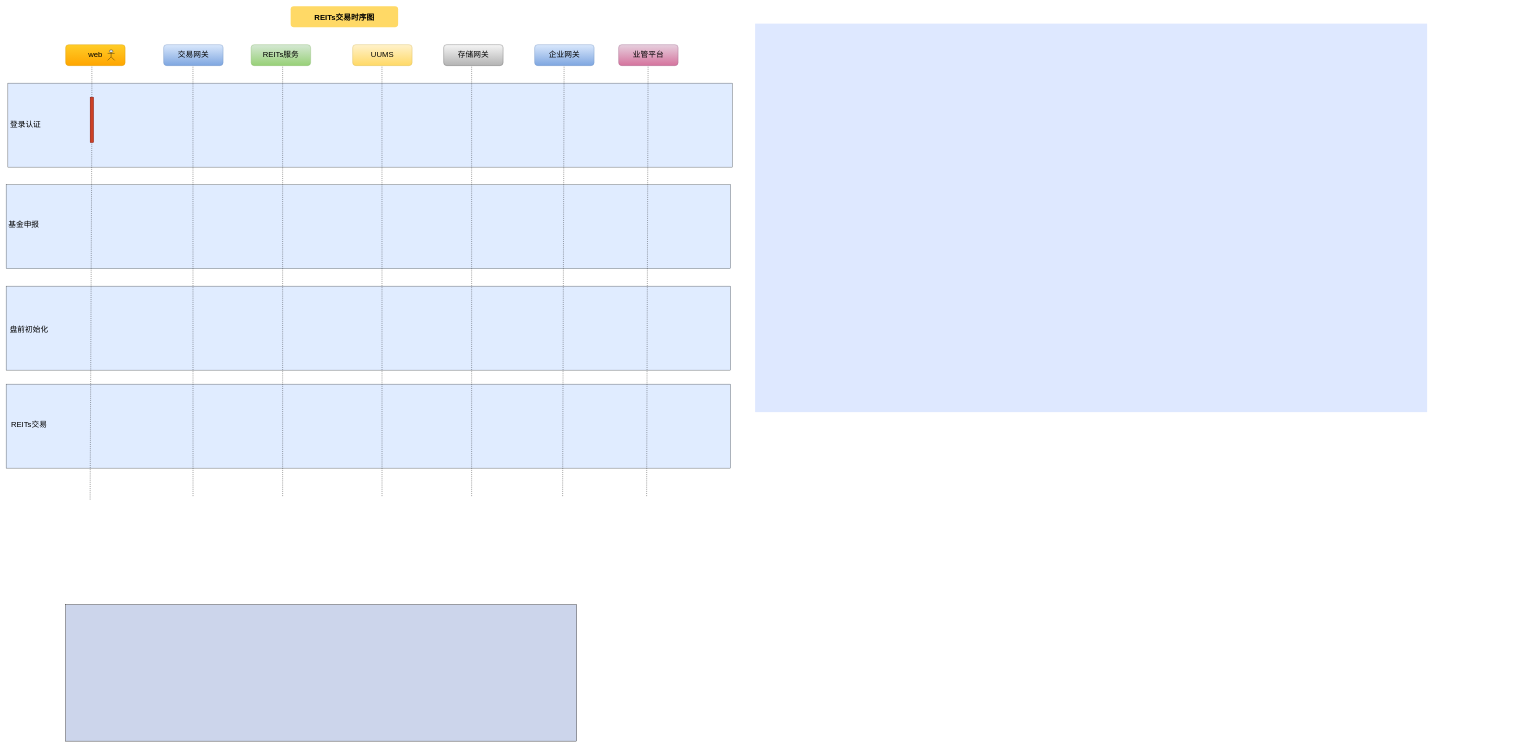
Above: page "第 2 页" (2 of 2) of 未命名绘图.drawio in lppgo/001UML (draw.io), before the change. Source tidied: cells renumbered, new cells numbered last; positions are measured from the earlier drawing's top-left corner, leaving out a move shared by most shapes. Both pictures are drawn from the tidied source at 35%, with x=0, y=0 at pixel (6, 6).
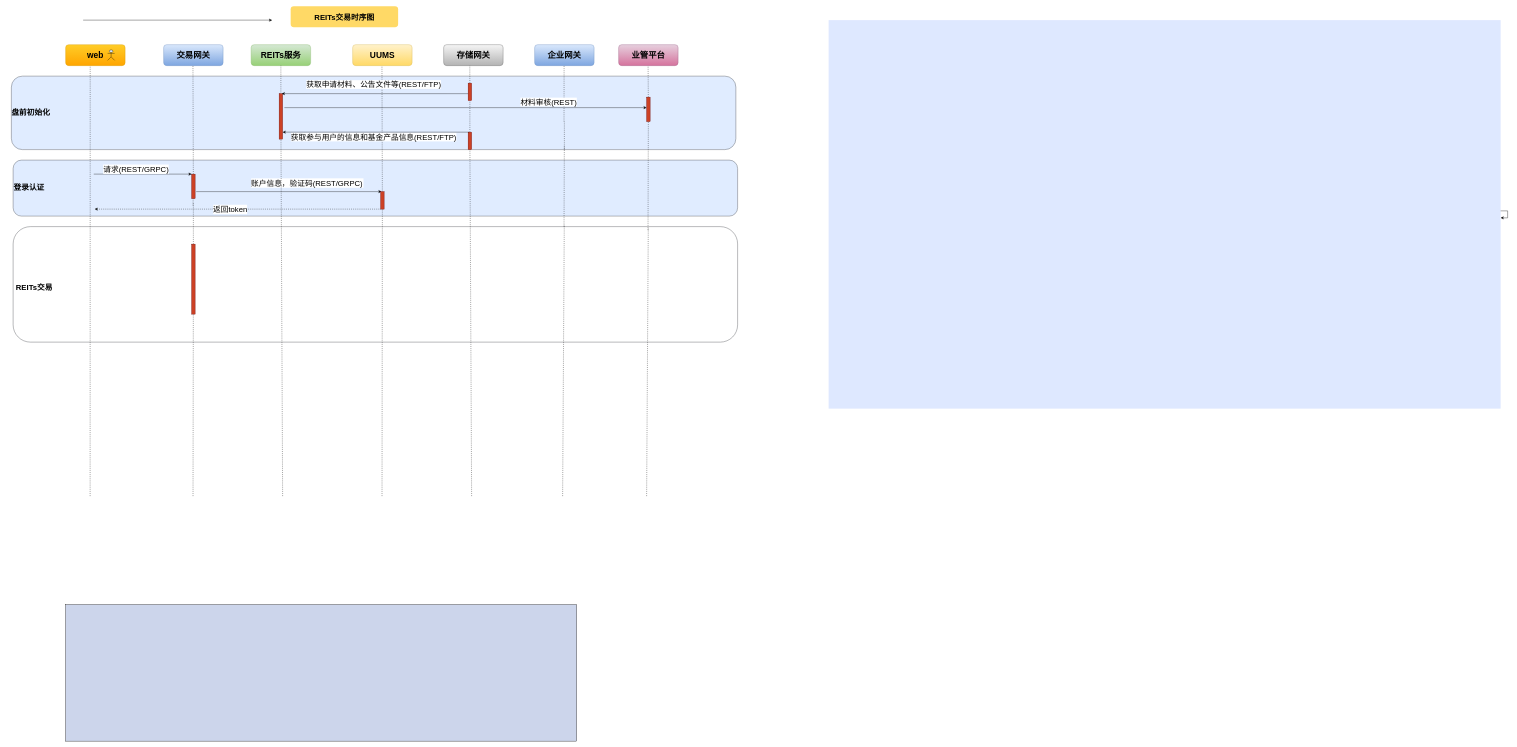
After the change.

Commit message:
更新未命名绘图.drawio

Diff of the diagram source:
```diff
@@
-    <mxCell id="2" style="rounded=0;whiteSpace=wrap;html=1;fontSize=22;strokeColor=#36393d;fillColor=#E0ECFF;" parent="1" vertex="1">
-      <mxGeometry y="1080" width="2070" height="240" as="geometry" />
+    <mxCell id="2" style="rounded=1;whiteSpace=wrap;html=1;fontSize=22;strokeColor=#36393d;fillColor=none;" parent="1" vertex="1">
+      <mxGeometry x="20" y="630" width="2070" height="330" as="geometry" />
     </mxCell>
-    <mxCell id="3" style="rounded=0;whiteSpace=wrap;html=1;fontSize=22;strokeColor=#36393d;fillColor=#E0ECFF;" parent="1" vertex="1">
-      <mxGeometry y="800" width="2070" height="240" as="geometry" />
-    </mxCell>
+    <mxCell id="6" style="fillColor=#DEE8FF;strokeColor=none;" parent="1" vertex="1">
+      <mxGeometry x="2350" y="40" width="1920" height="1110" as="geometry" />
+    </mxCell>
-    <mxCell id="4" style="rounded=0;whiteSpace=wrap;html=1;fontSize=22;strokeColor=#36393d;fillColor=#E0ECFF;" parent="1" vertex="1">
-      <mxGeometry y="510" width="2070" height="240" as="geometry" />
+    <mxCell id="4" style="rounded=1;whiteSpace=wrap;html=1;fontSize=22;strokeColor=#36393d;fillColor=#E0ECFF;" parent="1" vertex="1">
+      <mxGeometry x="15" y="200" width="2070" height="210" as="geometry" />
     </mxCell>
-    <mxCell id="5" style="rounded=0;whiteSpace=wrap;html=1;fontSize=22;strokeColor=#36393d;fillColor=#E0ECFF;" parent="1" vertex="1">
-      <mxGeometry x="5" y="220" width="2070" height="240" as="geometry" />
+    <mxCell id="5" style="rounded=1;whiteSpace=wrap;html=1;fontSize=22;strokeColor=#36393d;fillColor=#E0ECFF;" parent="1" vertex="1">
+      <mxGeometry x="20" y="440" width="2070" height="160" as="geometry" />
     </mxCell>
-    <mxCell id="6" style="fillColor=#DEE8FF;strokeColor=none;" parent="1" vertex="1">
-      <mxGeometry x="2140" y="50" width="1920" height="1110" as="geometry" />
-    </mxCell>
@@
-    <mxCell id="9" value="web" style="rounded=1;whiteSpace=wrap;html=1;fillColor=#ffcd28;fontSize=22;gradientColor=#ffa500;strokeColor=#d79b00;" parent="1" vertex="1">
+    <mxCell id="9" value="&lt;font style=&quot;font-size: 24px&quot;&gt;&lt;b&gt;web&lt;/b&gt;&lt;/font&gt;" style="rounded=1;whiteSpace=wrap;html=1;fillColor=#ffcd28;fontSize=22;gradientColor=#ffa500;strokeColor=#d79b00;" parent="1" vertex="1">
       <mxGeometry x="170" y="110" width="170" height="60" as="geometry" />
     </mxCell>
-    <mxCell id="10" value="交易网关" style="rounded=1;whiteSpace=wrap;html=1;fillColor=#dae8fc;fontSize=22;gradientColor=#7ea6e0;strokeColor=#6c8ebf;" parent="1" vertex="1">
+    <mxCell id="10" value="&lt;font style=&quot;font-size: 24px&quot;&gt;&lt;b&gt;交易网关&lt;/b&gt;&lt;/font&gt;" style="rounded=1;whiteSpace=wrap;html=1;fillColor=#dae8fc;fontSize=22;gradientColor=#7ea6e0;strokeColor=#6c8ebf;" parent="1" vertex="1">
       <mxGeometry x="450" y="110" width="170" height="60" as="geometry" />
     </mxCell>
-    <mxCell id="11" value="REITs服务" style="rounded=1;whiteSpace=wrap;html=1;fillColor=#d5e8d4;fontSize=22;gradientColor=#97d077;strokeColor=#82b366;" parent="1" vertex="1">
+    <mxCell id="11" value="&lt;b&gt;&lt;font style=&quot;font-size: 24px&quot;&gt;REITs服务&lt;/font&gt;&lt;/b&gt;" style="rounded=1;whiteSpace=wrap;html=1;fillColor=#d5e8d4;fontSize=22;gradientColor=#97d077;strokeColor=#82b366;" parent="1" vertex="1">
       <mxGeometry x="700" y="110" width="170" height="60" as="geometry" />
     </mxCell>
-    <mxCell id="12" value="UUMS" style="rounded=1;whiteSpace=wrap;html=1;fillColor=#fff2cc;fontSize=22;gradientColor=#ffd966;strokeColor=#d6b656;" parent="1" vertex="1">
+    <mxCell id="12" value="&lt;b&gt;&lt;font style=&quot;font-size: 24px&quot;&gt;UUMS&lt;/font&gt;&lt;/b&gt;" style="rounded=1;whiteSpace=wrap;html=1;fillColor=#fff2cc;fontSize=22;gradientColor=#ffd966;strokeColor=#d6b656;" parent="1" vertex="1">
       <mxGeometry x="990" y="110" width="170" height="60" as="geometry" />
     </mxCell>
-    <mxCell id="13" value="存储网关" style="rounded=1;whiteSpace=wrap;html=1;fillColor=#f5f5f5;fontSize=22;gradientColor=#b3b3b3;strokeColor=#666666;" parent="1" vertex="1">
+    <mxCell id="13" value="&lt;font style=&quot;font-size: 24px&quot;&gt;&lt;b&gt;存储网关&lt;/b&gt;&lt;/font&gt;" style="rounded=1;whiteSpace=wrap;html=1;fillColor=#f5f5f5;fontSize=22;gradientColor=#b3b3b3;strokeColor=#666666;" parent="1" vertex="1">
       <mxGeometry x="1250" y="110" width="170" height="60" as="geometry" />
     </mxCell>
-    <mxCell id="14" value="企业网关" style="rounded=1;whiteSpace=wrap;html=1;fillColor=#dae8fc;fontSize=22;gradientColor=#7ea6e0;strokeColor=#6c8ebf;" parent="1" vertex="1">
+    <mxCell id="14" value="&lt;b&gt;&lt;font style=&quot;font-size: 24px&quot;&gt;企业网关&lt;/font&gt;&lt;/b&gt;" style="rounded=1;whiteSpace=wrap;html=1;fillColor=#dae8fc;fontSize=22;gradientColor=#7ea6e0;strokeColor=#6c8ebf;" parent="1" vertex="1">
       <mxGeometry x="1510" y="110" width="170" height="60" as="geometry" />
     </mxCell>
-    <mxCell id="15" value="业管平台" style="rounded=1;whiteSpace=wrap;html=1;fillColor=#e6d0de;fontSize=22;gradientColor=#d5739d;strokeColor=#996185;" parent="1" vertex="1">
+    <mxCell id="15" value="&lt;b&gt;&lt;font style=&quot;font-size: 24px&quot;&gt;业管平台&lt;/font&gt;&lt;/b&gt;" style="rounded=1;whiteSpace=wrap;html=1;fillColor=#e6d0de;fontSize=22;gradientColor=#d5739d;strokeColor=#996185;" parent="1" vertex="1">
       <mxGeometry x="1750" y="110" width="170" height="60" as="geometry" />
     </mxCell>
-    <mxCell id="16" style="endArrow=none;dashed=1;html=1;fontSize=22;entryX=0.441;entryY=0.999;entryDx=0;entryDy=0;entryPerimeter=0;" parent="1" edge="1" source="27" target="9">
-      <mxGeometry relative="1" as="geometry" />
+    <mxCell id="16" style="endArrow=none;dashed=1;html=1;fontSize=22;entryX=0.413;entryY=1.009;entryDx=0;entryDy=0;entryPerimeter=0;" parent="1" edge="1" target="9">
+      <mxGeometry relative="1" as="geometry">
+        <mxPoint x="240" y="1400" as="sourcePoint" />
+      </mxGeometry>
     </mxCell>
-    <mxCell id="17" style="endArrow=none;dashed=1;html=1;fontSize=22;" parent="1" edge="1">
-      <mxGeometry relative="1" as="geometry">
-        <mxPoint x="1330" y="1400" as="sourcePoint" />
-        <mxPoint x="1330" y="170" as="targetPoint" />
-      </mxGeometry>
+    <mxCell id="17" style="endArrow=none;dashed=1;html=1;fontSize=22;entryX=0.44;entryY=1.009;entryDx=0;entryDy=0;entryPerimeter=0;" parent="1" edge="1" source="38" target="13">
+      <mxGeometry relative="1" as="geometry" />
     </mxCell>
-    <mxCell id="18" style="endArrow=none;dashed=1;html=1;fontSize=22;" parent="1" edge="1">
+    <mxCell id="18" style="endArrow=none;dashed=1;html=1;fontSize=22;" parent="1" edge="1" source="32">
       <mxGeometry relative="1" as="geometry">
-        <mxPoint x="1074" y="1400" as="sourcePoint" />
         <mxPoint x="1073.8" y="170" as="targetPoint" />
       </mxGeometry>
     </mxCell>
-    <mxCell id="19" style="endArrow=none;dashed=1;html=1;fontSize=22;" parent="1" edge="1">
-      <mxGeometry relative="1" as="geometry">
-        <mxPoint x="790" y="1400" as="sourcePoint" />
-        <mxPoint x="790" y="170" as="targetPoint" />
-      </mxGeometry>
+    <mxCell id="19" style="endArrow=none;dashed=1;html=1;fontSize=22;entryX=0.5;entryY=1;entryDx=0;entryDy=0;" parent="1" edge="1" source="40" target="11">
+      <mxGeometry relative="1" as="geometry" />
     </mxCell>
-    <mxCell id="20" style="endArrow=none;dashed=1;html=1;fontSize=22;" parent="1" edge="1">
+    <mxCell id="20" style="endArrow=none;dashed=1;html=1;fontSize=22;" parent="1" edge="1" source="56">
       <mxGeometry relative="1" as="geometry">
-        <mxPoint x="534" y="1400" as="sourcePoint" />
         <mxPoint x="533.8" y="170" as="targetPoint" />
       </mxGeometry>
     </mxCell>
     <mxCell id="21" style="endArrow=none;dashed=1;html=1;fontSize=22;" parent="1" edge="1">
       <mxGeometry relative="1" as="geometry">
-        <mxPoint x="1590" y="1400" as="sourcePoint" />
+        <mxPoint x="1594" y="330" as="sourcePoint" />
         <mxPoint x="1594.2" y="170" as="targetPoint" />
       </mxGeometry>
     </mxCell>
-    <mxCell id="22" style="endArrow=none;dashed=1;html=1;fontSize=22;" parent="1" edge="1">
+    <mxCell id="22" style="endArrow=none;dashed=1;html=1;fontSize=22;" parent="1" edge="1" source="49">
       <mxGeometry relative="1" as="geometry">
-        <mxPoint x="1830" y="1400" as="sourcePoint" />
         <mxPoint x="1834.2" y="170" as="targetPoint" />
       </mxGeometry>
     </mxCell>
-    <mxCell id="23" value="登录认证" style="text;html=1;align=center;verticalAlign=middle;fillColor=none;strokeColor=none;rounded=0;fontSize=22;" parent="1" vertex="1">
-      <mxGeometry x="5" y="325" width="100" height="30" as="geometry" />
+    <mxCell id="23" value="&lt;b&gt;登录认证&lt;/b&gt;" style="text;html=1;align=center;verticalAlign=middle;fillColor=none;strokeColor=none;rounded=0;fontSize=22;" parent="1" vertex="1">
+      <mxGeometry x="15" y="505" width="100" height="30" as="geometry" />
     </mxCell>
-    <mxCell id="24" value="基金申报" style="text;html=1;align=center;verticalAlign=middle;fillColor=none;strokeColor=none;rounded=0;fontSize=22;" parent="1" vertex="1">
-      <mxGeometry y="610" width="100" height="30" as="geometry" />
-    </mxCell>
-    <mxCell id="25" value="REITs交易" style="text;html=1;align=center;verticalAlign=middle;fillColor=none;strokeColor=none;rounded=0;fontSize=22;" parent="1" vertex="1">
-      <mxGeometry x="5" y="1180" width="120" height="30" as="geometry" />
+    <mxCell id="25" value="&lt;b&gt;REITs交易&lt;/b&gt;" style="text;html=1;align=center;verticalAlign=middle;fillColor=none;strokeColor=none;rounded=0;fontSize=22;" parent="1" vertex="1">
+      <mxGeometry x="20" y="790" width="120" height="30" as="geometry" />
     </mxCell>
@@
-    <mxCell id="27" style="fillColor=#CC4125;strokeColor=#660000;" parent="1" vertex="1">
-      <mxGeometry x="240" y="260" width="10" height="130" as="geometry" />
-    </mxCell>
-    <mxCell id="28" style="endArrow=none;dashed=1;html=1;fontSize=22;" parent="1" edge="1" target="27">
+    <mxCell id="28" style="endArrow=none;dashed=1;html=1;fontSize=22;" parent="1" edge="1" target="5">
       <mxGeometry relative="1" as="geometry">
-        <mxPoint x="240" y="1410" as="sourcePoint" />
+        <mxPoint x="245" y="600" as="sourcePoint" />
       </mxGeometry>
     </mxCell>
+    <mxCell id="30" value="账户信息，验证码(REST/GRPC)" style="edgeStyle=none;verticalLabelPosition=top;verticalAlign=bottom;entryX=0.25;entryY=0;entryDx=0;entryDy=0;fontSize=22;" parent="1" edge="1" target="32">
+      <mxGeometry as="geometry">
+        <mxPoint x="543" y="530" as="sourcePoint" />
+        <mxPoint x="52" y="-10" as="offset" />
+      </mxGeometry>
+    </mxCell>
+    <mxCell id="31" style="endArrow=none;dashed=1;html=1;fontSize=22;" parent="1" edge="1" source="60">
+      <mxGeometry relative="1" as="geometry">
+        <mxPoint x="535" y="560" as="targetPoint" />
+      </mxGeometry>
+    </mxCell>
+    <mxCell id="32" style="fillColor=#CC4125;strokeColor=#660000;" parent="1" vertex="1">
+      <mxGeometry x="1070" y="530" width="10" height="50" as="geometry" />
+    </mxCell>
+    <mxCell id="33" style="endArrow=none;dashed=1;html=1;fontSize=22;" parent="1" edge="1" target="32">
+      <mxGeometry relative="1" as="geometry">
+        <mxPoint x="1074" y="1400" as="sourcePoint" />
+      </mxGeometry>
+    </mxCell>
+    <mxCell id="34" style="edgeStyle=none;verticalLabelPosition=top;verticalAlign=bottom;endArrow=none;startArrow=classic;dashed=1;entryX=0;entryY=1;entryDx=0;entryDy=0;" parent="1" edge="1" target="32">
+      <mxGeometry x="-832.5" y="-683.3" as="geometry">
+        <mxPoint x="253" y="580" as="sourcePoint" />
+      </mxGeometry>
+    </mxCell>
+    <mxCell id="35" value="&lt;font style=&quot;font-size: 22px&quot;&gt;返回token&lt;/font&gt;" style="edgeLabel;html=1;align=center;verticalAlign=middle;" parent="34" vertex="1">
+      <mxGeometry relative="1" as="geometry">
+        <mxPoint x="-23" as="offset" />
+      </mxGeometry>
+    </mxCell>
+    <mxCell id="36" style="endArrow=none;dashed=1;html=1;fontSize=22;" parent="1" edge="1">
+      <mxGeometry relative="1" as="geometry">
+        <mxPoint x="1590" y="1400" as="sourcePoint" />
+        <mxPoint x="1594.7" y="625" as="targetPoint" />
+      </mxGeometry>
+    </mxCell>
+    <mxCell id="37" style="endArrow=none;dashed=1;html=1;fontSize=22;" parent="1" edge="1">
+      <mxGeometry relative="1" as="geometry">
+        <mxPoint x="1830" y="1400" as="sourcePoint" />
+        <mxPoint x="1834.7" y="635" as="targetPoint" />
+      </mxGeometry>
+    </mxCell>
-    <mxCell id="29" value="盘前初始化" style="text;html=1;align=center;verticalAlign=middle;fillColor=none;strokeColor=none;rounded=0;fontSize=22;" parent="1" vertex="1">
-      <mxGeometry y="910" width="130" height="30" as="geometry" />
+    <mxCell id="29" value="&lt;b&gt;盘前初始化&lt;/b&gt;" style="text;html=1;align=center;verticalAlign=middle;fillColor=none;strokeColor=none;rounded=0;fontSize=22;" parent="1" vertex="1">
+      <mxGeometry x="5" y="290" width="130" height="30" as="geometry" />
     </mxCell>
+    <mxCell id="38" style="fillColor=#CC4125;strokeColor=#660000;" parent="1" vertex="1">
+      <mxGeometry x="1320" y="220" width="10" height="50" as="geometry" />
+    </mxCell>
+    <mxCell id="39" style="endArrow=none;dashed=1;html=1;fontSize=22;" parent="1" edge="1" source="52" target="38">
+      <mxGeometry relative="1" as="geometry" />
+    </mxCell>
+    <mxCell id="40" style="fillColor=#CC4125;strokeColor=#660000;" parent="1" vertex="1">
+      <mxGeometry x="780" y="250" width="10" height="130" as="geometry" />
+    </mxCell>
+    <mxCell id="41" style="endArrow=none;dashed=1;html=1;fontSize=22;" parent="1" edge="1" target="40">
+      <mxGeometry relative="1" as="geometry">
+        <mxPoint x="790" y="1400" as="sourcePoint" />
+      </mxGeometry>
+    </mxCell>
+    <mxCell id="42" style="endArrow=none;dashed=1;html=1;fontSize=22;" parent="1" edge="1">
+      <mxGeometry relative="1" as="geometry">
+        <mxPoint x="1594" y="630" as="sourcePoint" />
+        <mxPoint x="1594.9" y="400" as="targetPoint" />
+      </mxGeometry>
+    </mxCell>
+    <mxCell id="43" value="&lt;span style=&quot;background-color: rgb(255 , 255 , 255)&quot;&gt;获取参与用户的信息和基金产品信息&lt;/span&gt;&lt;span style=&quot;background-color: rgb(255 , 255 , 255)&quot;&gt;(REST/FTP)&lt;/span&gt;" style="text;html=1;align=center;verticalAlign=middle;fillColor=none;strokeColor=none;rounded=0;shadow=0;glass=0;sketch=0;fontSize=22;" parent="1" vertex="1">
+      <mxGeometry x="805" y="360" width="490" height="30" as="geometry" />
+    </mxCell>
+    <mxCell id="44" style="endArrow=none;dashed=1;html=1;fontSize=22;" parent="1" edge="1">
+      <mxGeometry relative="1" as="geometry">
+        <mxPoint x="1595" y="410" as="sourcePoint" />
+        <mxPoint x="1595" y="330" as="targetPoint" />
+      </mxGeometry>
+    </mxCell>
+    <mxCell id="45" style="endArrow=classic;html=1;fontSize=22;exitX=-0.023;exitY=0.602;exitDx=0;exitDy=0;entryX=0.75;entryY=0;entryDx=0;entryDy=0;exitPerimeter=0;" parent="1" edge="1" source="38" target="40">
+      <mxGeometry relative="1" as="geometry" />
+    </mxCell>
+    <mxCell id="46" value="&lt;span style=&quot;background-color: rgb(255 , 255 , 255)&quot;&gt;获取申请材料、公告文件等(REST/FTP)&lt;/span&gt;" style="text;html=1;align=center;verticalAlign=middle;fillColor=none;strokeColor=none;rounded=0;shadow=0;glass=0;sketch=0;fontSize=22;" parent="1" vertex="1">
+      <mxGeometry x="850" y="210" width="400" height="30" as="geometry" />
+    </mxCell>
+    <mxCell id="47" style="endArrow=classic;html=1;fontSize=22;" parent="1" edge="1">
+      <mxGeometry relative="1" as="geometry">
+        <mxPoint x="220" y="40" as="sourcePoint" />
+        <mxPoint x="760" y="40" as="targetPoint" />
+      </mxGeometry>
+    </mxCell>
+    <mxCell id="48" style="endArrow=classic;html=1;fontSize=22;entryX=0;entryY=0.429;entryDx=0;entryDy=0;entryPerimeter=0;" parent="1" edge="1" target="49">
+      <mxGeometry relative="1" as="geometry">
+        <mxPoint x="795" y="290" as="sourcePoint" />
+      </mxGeometry>
+    </mxCell>
+    <mxCell id="49" style="fillColor=#CC4125;strokeColor=#660000;" parent="1" vertex="1">
+      <mxGeometry x="1830" y="260" width="10" height="70" as="geometry" />
+    </mxCell>
+    <mxCell id="50" style="endArrow=none;dashed=1;html=1;fontSize=22;" parent="1" edge="1" target="49">
+      <mxGeometry relative="1" as="geometry">
+        <mxPoint x="1834" y="640" as="sourcePoint" />
+      </mxGeometry>
+    </mxCell>
+    <mxCell id="51" value="&lt;span style=&quot;background-color: rgb(255 , 255 , 255)&quot;&gt;材料审核(REST)&lt;/span&gt;" style="text;html=1;align=center;verticalAlign=middle;fillColor=none;strokeColor=none;rounded=0;shadow=0;glass=0;sketch=0;fontSize=22;" parent="1" vertex="1">
+      <mxGeometry x="1460" y="260" width="180" height="30" as="geometry" />
+    </mxCell>
+    <mxCell id="52" style="fillColor=#CC4125;strokeColor=#660000;" parent="1" vertex="1">
+      <mxGeometry x="1320" y="360" width="10" height="50" as="geometry" />
+    </mxCell>
+    <mxCell id="53" style="endArrow=none;dashed=1;html=1;fontSize=22;" parent="1" edge="1" target="52">
+      <mxGeometry relative="1" as="geometry">
+        <mxPoint x="1330" y="1400" as="sourcePoint" />
+      </mxGeometry>
+    </mxCell>
+    <mxCell id="54" style="endArrow=classic;html=1;fontSize=22;exitX=-0.023;exitY=0.602;exitDx=0;exitDy=0;entryX=0.75;entryY=0;entryDx=0;entryDy=0;exitPerimeter=0;" parent="1" edge="1">
+      <mxGeometry relative="1" as="geometry">
+        <mxPoint x="1322.3" y="360.1" as="sourcePoint" />
+        <mxPoint x="790" y="360" as="targetPoint" />
+      </mxGeometry>
+    </mxCell>
+    <mxCell id="55" style="edgeStyle=orthogonalEdgeStyle;rounded=0;orthogonalLoop=1;jettySize=auto;html=1;fontSize=22;" parent="1" edge="1" source="6" target="6">
+      <mxGeometry relative="1" as="geometry" />
+    </mxCell>
+    <mxCell id="56" style="fillColor=#CC4125;strokeColor=#660000;" parent="1" vertex="1">
+      <mxGeometry x="530" y="480" width="10" height="70" as="geometry" />
+    </mxCell>
+    <mxCell id="57" style="endArrow=none;dashed=1;html=1;fontSize=22;" parent="1" edge="1" target="56">
+      <mxGeometry relative="1" as="geometry">
+        <mxPoint x="534" y="570" as="sourcePoint" />
+      </mxGeometry>
+    </mxCell>
+    <mxCell id="58" style="endArrow=classic;html=1;fontSize=22;entryX=0;entryY=0;entryDx=0;entryDy=0;exitX=1.034;exitY=0.136;exitDx=0;exitDy=0;exitPerimeter=0;" parent="1" edge="1" target="56">
+      <mxGeometry relative="1" as="geometry">
+        <mxPoint x="250.3" y="480" as="sourcePoint" />
+      </mxGeometry>
+    </mxCell>
+    <mxCell id="59" value="请求(REST/GRPC)" style="edgeLabel;html=1;align=center;verticalAlign=middle;fontSize=22;" parent="58" vertex="1">
+      <mxGeometry x="-0.14" relative="1" as="geometry">
+        <mxPoint y="-15" as="offset" />
+      </mxGeometry>
+    </mxCell>
+    <mxCell id="60" style="fillColor=#CC4125;strokeColor=#660000;" parent="1" vertex="1">
+      <mxGeometry x="530" y="680" width="10" height="200" as="geometry" />
+    </mxCell>
+    <mxCell id="61" style="endArrow=none;dashed=1;html=1;fontSize=22;" parent="1" edge="1" target="60">
+      <mxGeometry relative="1" as="geometry">
+        <mxPoint x="534" y="1400" as="sourcePoint" />
+      </mxGeometry>
+    </mxCell>
```
